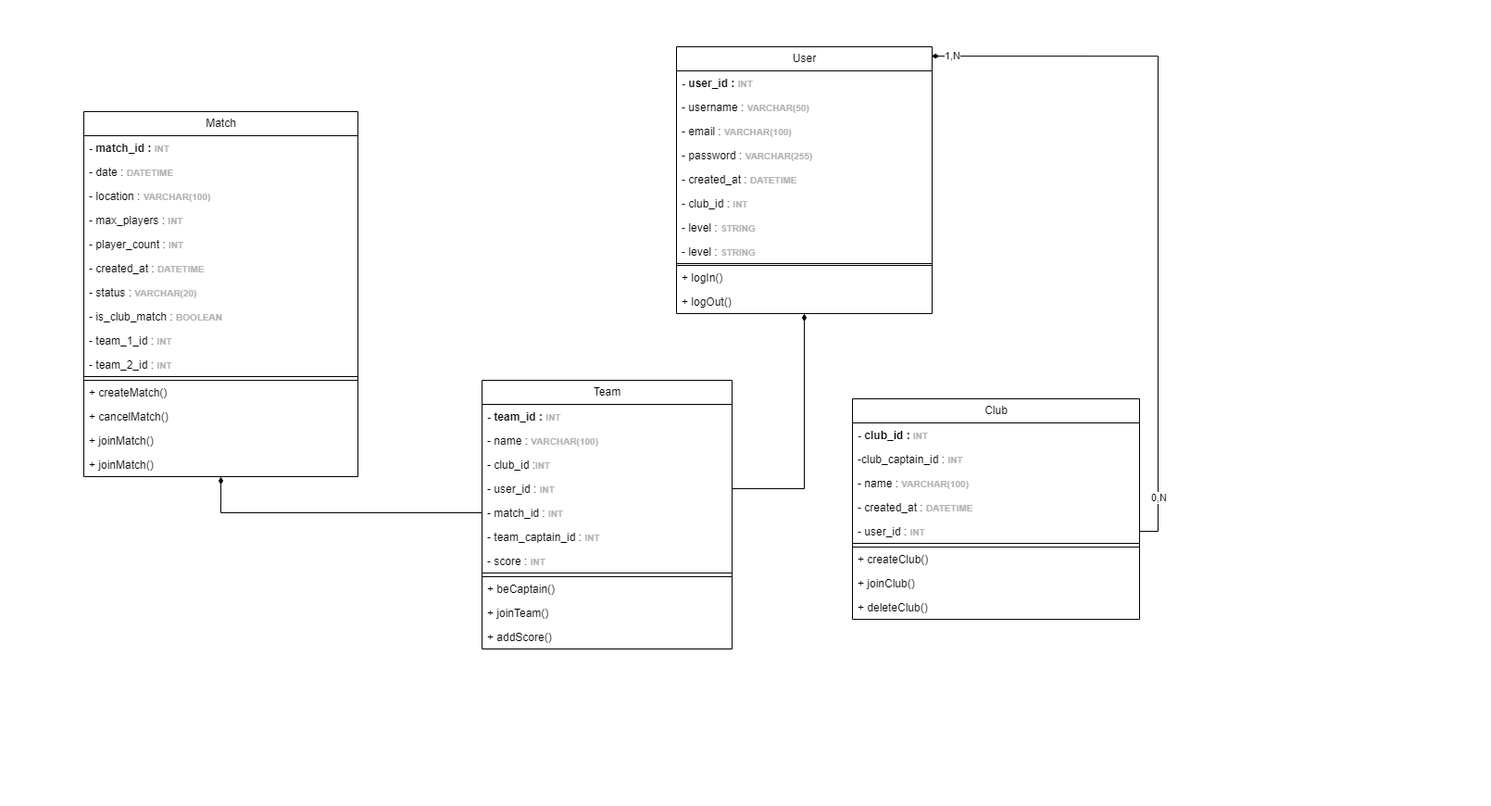
Earlier version of the draw.io export UML Classes.drawio.png (Mathistrg/Styx). Source tidied: cells renumbered, new cells last; positions are measured from the earlier drawing's top-left corner, leaving out a move shared by most shapes.
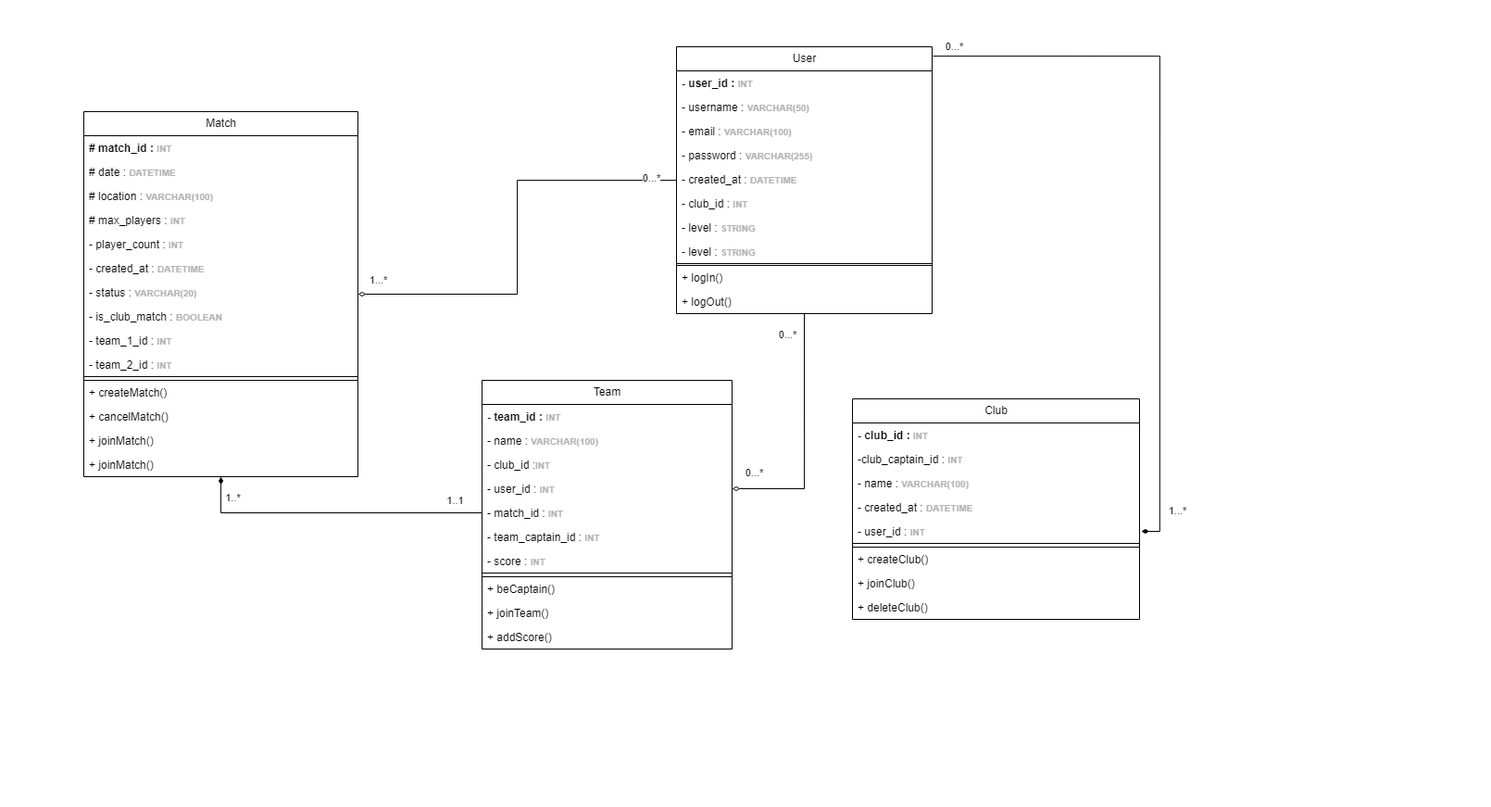
Later version of the same file.

Commit message:
Mettre à jour UML Classes.drawio.png

The edit, as a diff of the source:
```diff
@@ -41,19 +41,30 @@
     <mxCell id="14" value="+ logOut()" style="text;strokeColor=none;fillColor=none;align=left;verticalAlign=top;spacingLeft=4;spacingRight=4;overflow=hidden;whiteSpace=wrap;html=1;" parent="3" vertex="1">
       <mxGeometry y="262" width="276" height="26" as="geometry" />
     </mxCell>
+    <mxCell id="58" style="edgeStyle=orthogonalEdgeStyle;rounded=0;jettySize=auto;html=1;endArrow=none;endFill=1;startArrow=diamondThin;startFill=0;" parent="1" edge="1" source="15" target="3">
+      <mxGeometry relative="1" as="geometry" />
+    </mxCell>
+    <mxCell id="59" value="1...*" style="edgeLabel;html=1;align=center;verticalAlign=middle;" parent="58" vertex="1">
+      <mxGeometry x="-0.91" relative="1" as="geometry">
+        <mxPoint y="-15" as="offset" />
+      </mxGeometry>
+    </mxCell>
+    <mxCell id="60" value="0...*" style="edgeLabel;html=1;align=center;verticalAlign=middle;" parent="58" vertex="1">
+      <mxGeometry x="0.88" y="3" relative="1" as="geometry" />
+    </mxCell>
     <mxCell id="15" value="Match" style="swimlane;fontStyle=0;horizontal=1;startSize=26;fillColor=none;html=1;" parent="1" vertex="1">
       <mxGeometry x="90" y="120" width="296" height="394" as="geometry" />
     </mxCell>
-    <mxCell id="16" value="&lt;b&gt;- match_id :&amp;nbsp;&lt;/b&gt;&lt;b style=&quot;color: rgb(179, 179, 179); font-size: 10px;&quot;&gt;INT&lt;/b&gt;" style="text;strokeColor=none;fillColor=none;align=left;verticalAlign=top;spacingLeft=4;spacingRight=4;overflow=hidden;whiteSpace=wrap;html=1;" parent="15" vertex="1">
+    <mxCell id="16" value="&lt;b&gt;# match_id :&amp;nbsp;&lt;/b&gt;&lt;b style=&quot;color: rgb(179, 179, 179); font-size: 10px;&quot;&gt;INT&lt;/b&gt;" style="text;strokeColor=none;fillColor=none;align=left;verticalAlign=top;spacingLeft=4;spacingRight=4;overflow=hidden;whiteSpace=wrap;html=1;" parent="15" vertex="1">
       <mxGeometry y="26" width="296" height="26" as="geometry" />
     </mxCell>
-    <mxCell id="17" value="- date :&amp;nbsp;&lt;b style=&quot;color: rgb(179, 179, 179); font-size: 10px;&quot;&gt;DATETIME&amp;nbsp;&lt;/b&gt;" style="text;strokeColor=none;fillColor=none;align=left;verticalAlign=top;spacingLeft=4;spacingRight=4;overflow=hidden;whiteSpace=wrap;html=1;" parent="15" vertex="1">
+    <mxCell id="17" value="# date :&amp;nbsp;&lt;b style=&quot;color: rgb(179, 179, 179); font-size: 10px;&quot;&gt;DATETIME&amp;nbsp;&lt;/b&gt;" style="text;strokeColor=none;fillColor=none;align=left;verticalAlign=top;spacingLeft=4;spacingRight=4;overflow=hidden;whiteSpace=wrap;html=1;" parent="15" vertex="1">
       <mxGeometry y="52" width="296" height="26" as="geometry" />
     </mxCell>
-    <mxCell id="18" value="- location :&amp;nbsp;&lt;b style=&quot;color: rgb(179, 179, 179); font-size: 10px;&quot;&gt;VARCHAR(100)&amp;nbsp;&lt;/b&gt;" style="text;strokeColor=none;fillColor=none;align=left;verticalAlign=top;spacingLeft=4;spacingRight=4;overflow=hidden;whiteSpace=wrap;html=1;" parent="15" vertex="1">
+    <mxCell id="18" value="# location :&amp;nbsp;&lt;b style=&quot;color: rgb(179, 179, 179); font-size: 10px;&quot;&gt;VARCHAR(100)&amp;nbsp;&lt;/b&gt;" style="text;strokeColor=none;fillColor=none;align=left;verticalAlign=top;spacingLeft=4;spacingRight=4;overflow=hidden;whiteSpace=wrap;html=1;" parent="15" vertex="1">
       <mxGeometry y="78" width="296" height="26" as="geometry" />
     </mxCell>
-    <mxCell id="19" value="- max_players :&amp;nbsp;&lt;b style=&quot;color: rgb(179, 179, 179); font-size: 10px;&quot;&gt;INT&amp;nbsp;&lt;/b&gt;" style="text;strokeColor=none;fillColor=none;align=left;verticalAlign=top;spacingLeft=4;spacingRight=4;overflow=hidden;whiteSpace=wrap;html=1;" parent="15" vertex="1">
+    <mxCell id="19" value="# max_players :&amp;nbsp;&lt;b style=&quot;color: rgb(179, 179, 179); font-size: 10px;&quot;&gt;INT&amp;nbsp;&lt;/b&gt;" style="text;strokeColor=none;fillColor=none;align=left;verticalAlign=top;spacingLeft=4;spacingRight=4;overflow=hidden;whiteSpace=wrap;html=1;" parent="15" vertex="1">
       <mxGeometry y="104" width="296" height="26" as="geometry" />
     </mxCell>
     <mxCell id="20" value="- player_count :&amp;nbsp;&lt;b style=&quot;color: rgb(179, 179, 179); font-size: 10px;&quot;&gt;INT&lt;/b&gt;" style="text;strokeColor=none;fillColor=none;align=left;verticalAlign=top;spacingLeft=4;spacingRight=4;overflow=hidden;whiteSpace=wrap;html=1;" parent="15" vertex="1">
@@ -158,22 +169,48 @@
     <mxCell id="53" style="edgeStyle=orthogonalEdgeStyle;rounded=0;jettySize=auto;html=1;endArrow=diamondThin;endFill=1;strokeWidth=1;" parent="1" edge="1" source="46" target="15">
       <mxGeometry relative="1" as="geometry" />
     </mxCell>
+    <mxCell id="61" value="1..1" style="edgeLabel;html=1;align=center;verticalAlign=middle;" parent="53" vertex="1">
+      <mxGeometry x="-0.82" y="-3" relative="1" as="geometry">
+        <mxPoint y="-10" as="offset" />
+      </mxGeometry>
+    </mxCell>
+    <mxCell id="62" value="1..*" style="edgeLabel;html=1;align=center;verticalAlign=middle;" parent="53" vertex="1">
+      <mxGeometry x="0.86" relative="1" as="geometry">
+        <mxPoint x="12" as="offset" />
+      </mxGeometry>
+    </mxCell>
-    <mxCell id="54" style="edgeStyle=orthogonalEdgeStyle;rounded=0;jettySize=auto;html=1;entryX=0.5;entryY=1;entryDx=0;entryDy=0;endArrow=diamondThin;endFill=1;" parent="1" edge="1" source="45" target="3">
+    <mxCell id="54" style="edgeStyle=orthogonalEdgeStyle;rounded=0;jettySize=auto;html=1;entryX=0.5;entryY=1;entryDx=0;entryDy=0;endArrow=none;endFill=1;startFill=0;startArrow=diamondThin;" parent="1" edge="1" source="45" target="3">
       <mxGeometry relative="1" as="geometry" />
     </mxCell>
+    <mxCell id="63" value="0...*" style="edgeLabel;html=1;align=center;verticalAlign=middle;" parent="54" vertex="1">
+      <mxGeometry x="0.84" y="-3" relative="1" as="geometry">
+        <mxPoint x="-21" as="offset" />
+      </mxGeometry>
+    </mxCell>
+    <mxCell id="64" value="0...*" style="edgeLabel;html=1;align=center;verticalAlign=middle;" parent="54" vertex="1">
+      <mxGeometry x="-0.82" y="-2" relative="1" as="geometry">
+        <mxPoint y="-19" as="offset" />
+      </mxGeometry>
+    </mxCell>
-    <mxCell id="55" style="edgeStyle=orthogonalEdgeStyle;rounded=0;jettySize=auto;html=1;entryX=0.997;entryY=0.035;entryDx=0;entryDy=0;entryPerimeter=0;endArrow=diamondThin;endFill=1;" parent="1" edge="1" source="36" target="3">
+    <mxCell id="55" style="edgeStyle=orthogonalEdgeStyle;rounded=0;orthogonalLoop=1;jettySize=auto;html=1;entryX=0.997;entryY=0.035;entryDx=0;entryDy=0;entryPerimeter=0;endArrow=none;endFill=1;startFill=1;startArrow=diamondThin;" parent="1" edge="1">
       <mxGeometry relative="1" as="geometry">
+        <mxPoint x="1231.8" y="573" as="sourcePoint" />
+        <mxPoint x="1007" y="60.1" as="targetPoint" />
         <Array as="points">
-          <mxPoint x="1250" y="573" />
-          <mxPoint x="1250" y="60" />
+          <mxPoint x="1251.8" y="573" />
+          <mxPoint x="1251.8" y="60" />
         </Array>
       </mxGeometry>
     </mxCell>
-    <mxCell id="56" value="0,N" style="edgeLabel;html=1;align=center;verticalAlign=middle;" parent="55" vertex="1">
-      <mxGeometry x="-0.85" y="-1" relative="1" as="geometry" />
+    <mxCell id="56" value="0...*" style="edgeLabel;html=1;align=center;verticalAlign=middle;" parent="55" vertex="1">
+      <mxGeometry x="-0.85" y="-1" relative="1" as="geometry">
+        <mxPoint x="-223" y="-486" as="offset" />
+      </mxGeometry>
     </mxCell>
-    <mxCell id="57" value="1,N" style="edgeLabel;html=1;align=center;verticalAlign=middle;" parent="55" vertex="1">
-      <mxGeometry x="0.94" relative="1" as="geometry" />
+    <mxCell id="57" value="1...*" style="edgeLabel;html=1;align=center;verticalAlign=middle;" parent="55" vertex="1">
+      <mxGeometry x="0.94" relative="1" as="geometry">
+        <mxPoint x="241" y="490" as="offset" />
+      </mxGeometry>
     </mxCell>
   </root>
 </mxGraphModel>
```
